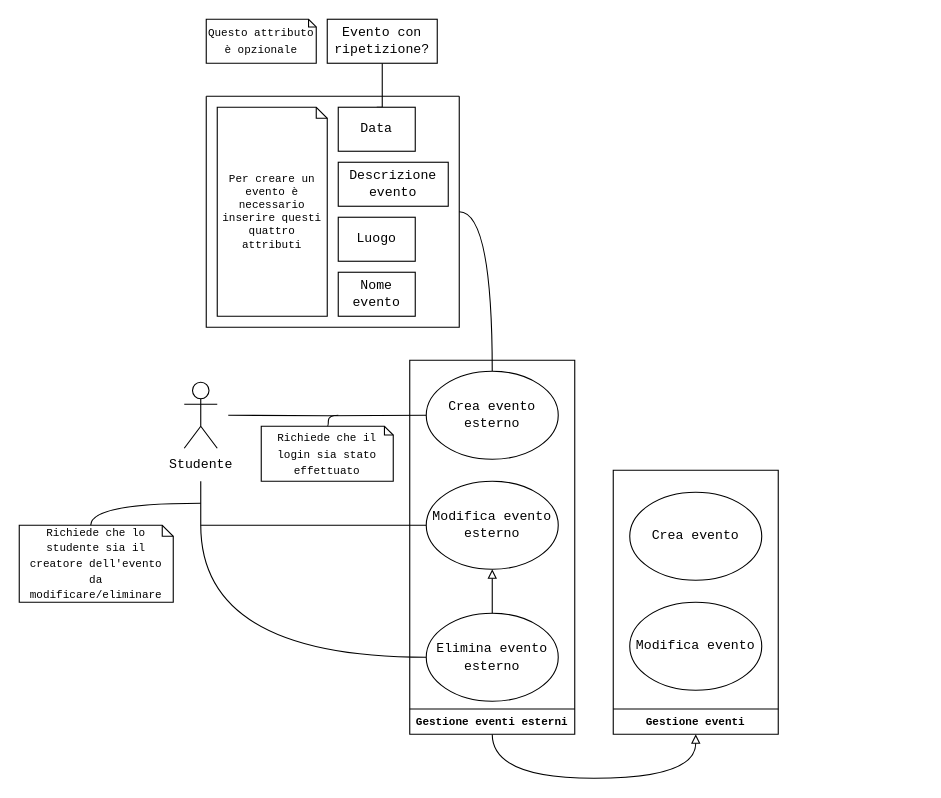
Before: uml/gestione_eventi.studente.drawio in tomasel/IS_Univents, a draw.io diagram. Source tidied: cells renumbered, new cells numbered last; positions are measured from the earlier drawing's top-left corner, leaving out a move shared by most shapes. Both pictures are drawn from the tidied source at 110%, with x=0, y=0 at pixel (19, 19).
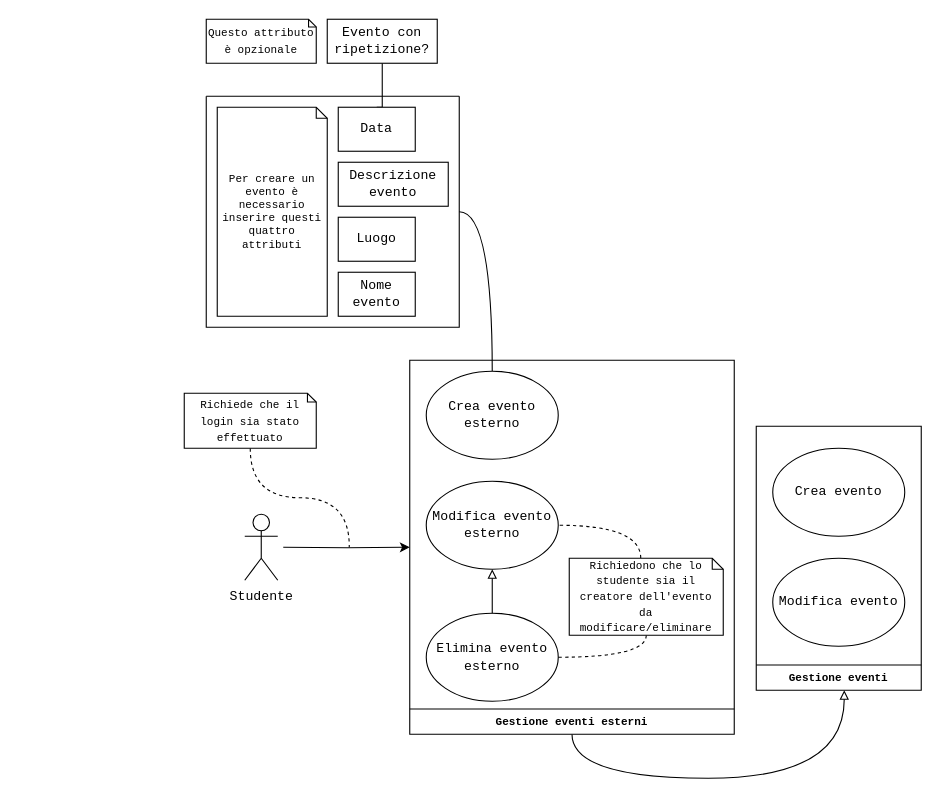
After the change.

Commit message (it also covers changes not shown here):
diagrammi uml quasi completati

The change refers to these unchanged cells:
```xml
<mxCell id="22" value="&lt;font style=&quot;font-size: 12px&quot;&gt;Crea evento&lt;br&gt;esterno&lt;br&gt;&lt;/font&gt;" style="ellipse;whiteSpace=wrap;html=1;fontFamily=Courier New;fontSize=8;" parent="21" vertex="1">
  <mxGeometry x="15" y="10" width="120" height="80" as="geometry" />
</mxCell>
<mxCell id="23" value="&lt;font style=&quot;font-size: 12px&quot;&gt;Modifica evento&lt;br&gt;esterno&lt;br&gt;&lt;/font&gt;" style="ellipse;whiteSpace=wrap;html=1;fontFamily=Courier New;fontSize=10;" parent="21" vertex="1">
  <mxGeometry x="15" y="110" width="120" height="80" as="geometry" />
</mxCell>
<mxCell id="24" value="&lt;font face=&quot;Courier New&quot;&gt;Elimina evento esterno&lt;/font&gt;" style="ellipse;whiteSpace=wrap;html=1;" parent="21" vertex="1">
  <mxGeometry x="15" y="230" width="120" height="80" as="geometry" />
</mxCell>
```

What changed in the source:
```diff
@@
-    <mxCell id="2" style="edgeStyle=orthogonalEdgeStyle;rounded=0;jettySize=auto;html=1;fontFamily=Courier New;fontSize=8;endArrow=none;endFill=0;" parent="1" edge="1" target="22">
-      <mxGeometry relative="1" as="geometry">
-        <mxPoint x="190" y="360" as="sourcePoint" />
-      </mxGeometry>
-    </mxCell>
-    <mxCell id="3" style="edgeStyle=orthogonalEdgeStyle;rounded=0;jettySize=auto;html=1;fontFamily=Courier New;fontSize=12;endArrow=none;endFill=0;" parent="1" edge="1" target="23">
-      <mxGeometry relative="1" as="geometry">
-        <mxPoint x="165" y="420" as="sourcePoint" />
-        <Array as="points">
-          <mxPoint x="165" y="460" />
-        </Array>
-      </mxGeometry>
-    </mxCell>
-    <mxCell id="4" style="edgeStyle=orthogonalEdgeStyle;jettySize=auto;html=1;fontFamily=Courier New;startArrow=none;startFill=0;endArrow=none;endFill=0;entryX=0;entryY=0.5;entryDx=0;entryDy=0;curved=1;" parent="1" edge="1" target="24">
-      <mxGeometry relative="1" as="geometry">
-        <mxPoint x="165" y="460" as="sourcePoint" />
-        <Array as="points">
-          <mxPoint x="165" y="580" />
-        </Array>
-      </mxGeometry>
-    </mxCell>
+    <mxCell id="29" style="edgeStyle=orthogonalEdgeStyle;rounded=0;jettySize=auto;html=1;" parent="1" edge="1" target="21">
+      <mxGeometry relative="1" as="geometry">
+        <mxPoint x="240" y="480" as="sourcePoint" />
+      </mxGeometry>
+    </mxCell>
     <mxCell id="5" value="&lt;font face=&quot;Courier New&quot;&gt;Studente&lt;/font&gt;" style="shape=umlActor;verticalLabelPosition=bottom;verticalAlign=top;html=1;" parent="1" vertex="1">
-      <mxGeometry x="150" y="330" width="30" height="60" as="geometry" />
+      <mxGeometry x="205" y="450" width="30" height="60" as="geometry" />
     </mxCell>
-    <mxCell id="6" style="edgeStyle=orthogonalEdgeStyle;curved=1;jettySize=auto;html=1;exitX=0.5;exitY=0;exitDx=0;exitDy=0;exitPerimeter=0;fontFamily=Courier New;fontSize=10;startArrow=none;startFill=0;endArrow=none;endFill=0;" parent="1" edge="1" source="7">
-      <mxGeometry relative="1" as="geometry">
-        <mxPoint x="290" y="360" as="targetPoint" />
-        <Array as="points">
-          <mxPoint x="281" y="370" />
-          <mxPoint x="281" y="360" />
-        </Array>
-      </mxGeometry>
-    </mxCell>
+    <mxCell id="30" style="edgeStyle=orthogonalEdgeStyle;jettySize=auto;html=1;exitX=0.5;exitY=1;exitDx=0;exitDy=0;exitPerimeter=0;curved=1;endArrow=none;endFill=0;dashed=1;" parent="1" edge="1" source="7">
+      <mxGeometry relative="1" as="geometry">
+        <mxPoint x="300" y="480" as="targetPoint" />
+      </mxGeometry>
+    </mxCell>
     <mxCell id="7" value="&lt;font face=&quot;Courier New&quot; style=&quot;font-size: 10px&quot;&gt;Richiede che il login sia stato effettuato&lt;/font&gt;" style="shape=note;size=8;whiteSpace=wrap;html=1;" parent="1" vertex="1">
-      <mxGeometry x="220" y="370" width="120" height="50" as="geometry" />
+      <mxGeometry x="150" y="340" width="120" height="50" as="geometry" />
     </mxCell>
-    <mxCell id="8" style="edgeStyle=orthogonalEdgeStyle;curved=1;jettySize=auto;html=1;exitX=0;exitY=0;exitDx=65;exitDy=0;exitPerimeter=0;fontFamily=Courier New;fontSize=10;startArrow=none;startFill=0;endArrow=none;endFill=0;" parent="1" edge="1" source="9">
-      <mxGeometry relative="1" as="geometry">
-        <mxPoint x="165" y="440" as="targetPoint" />
-        <Array as="points">
-          <mxPoint x="65" y="440" />
-        </Array>
-      </mxGeometry>
-    </mxCell>
-    <mxCell id="9" value="&lt;font style=&quot;font-size: 10px&quot;&gt;Richiede che lo studente sia il creatore dell'evento da modificare/eliminare&lt;/font&gt;" style="shape=note;size=10;whiteSpace=wrap;html=1;fontFamily=Courier New;fontSize=12;" parent="1" vertex="1">
-      <mxGeometry y="460" width="140" height="70" as="geometry" />
-    </mxCell>
@@
-    <mxCell id="20" style="edgeStyle=orthogonalEdgeStyle;curved=1;jettySize=auto;html=1;exitX=0.5;exitY=0;exitDx=0;exitDy=0;entryX=0.5;entryY=0;entryDx=0;entryDy=0;fontFamily=Courier New;fontSize=10;startArrow=none;startFill=0;endArrow=block;endFill=0;" parent="1" edge="1" source="21" target="26">
+    <mxCell id="20" style="edgeStyle=orthogonalEdgeStyle;curved=1;jettySize=auto;html=1;fontFamily=Courier New;fontSize=10;startArrow=none;startFill=0;endArrow=block;endFill=0;" parent="1" edge="1" source="21" target="26">
       <mxGeometry relative="1" as="geometry">
         <Array as="points">
-          <mxPoint x="430" y="690" />
-          <mxPoint x="615" y="690" />
+          <mxPoint x="503" y="690" />
+          <mxPoint x="750" y="690" />
         </Array>
       </mxGeometry>
     </mxCell>
     <mxCell id="21" value="Gestione eventi esterni" style="swimlane;fontFamily=Courier New;fontSize=10;direction=west;" parent="1" vertex="1">
-      <mxGeometry x="355" y="310" width="150" height="340" as="geometry" />
+      <mxGeometry x="355" y="310" width="295" height="340" as="geometry" />
     </mxCell>
@@
+    <mxCell id="31" style="edgeStyle=orthogonalEdgeStyle;curved=1;jettySize=auto;html=1;exitX=0;exitY=0;exitDx=65;exitDy=0;exitPerimeter=0;endArrow=none;endFill=0;dashed=1;" parent="21" edge="1" source="9" target="23">
+      <mxGeometry relative="1" as="geometry" />
+    </mxCell>
+    <mxCell id="32" style="edgeStyle=orthogonalEdgeStyle;curved=1;jettySize=auto;html=1;exitX=0.5;exitY=1;exitDx=0;exitDy=0;exitPerimeter=0;endArrow=none;endFill=0;dashed=1;" parent="21" edge="1" source="9" target="24">
+      <mxGeometry relative="1" as="geometry" />
+    </mxCell>
+    <mxCell id="9" value="&lt;font style=&quot;font-size: 10px&quot;&gt;Richiedono che lo studente sia il creatore dell'evento da modificare/eliminare&lt;/font&gt;" style="shape=note;size=10;whiteSpace=wrap;html=1;fontFamily=Courier New;fontSize=12;" parent="21" vertex="1">
+      <mxGeometry x="145" y="180" width="140" height="70" as="geometry" />
+    </mxCell>
     <mxCell id="26" value="Gestione eventi" style="swimlane;fontFamily=Courier New;fontSize=10;direction=west;" parent="1" vertex="1">
-      <mxGeometry x="540" y="410" width="150" height="240" as="geometry" />
+      <mxGeometry x="670" y="370" width="150" height="240" as="geometry" />
     </mxCell>
```
